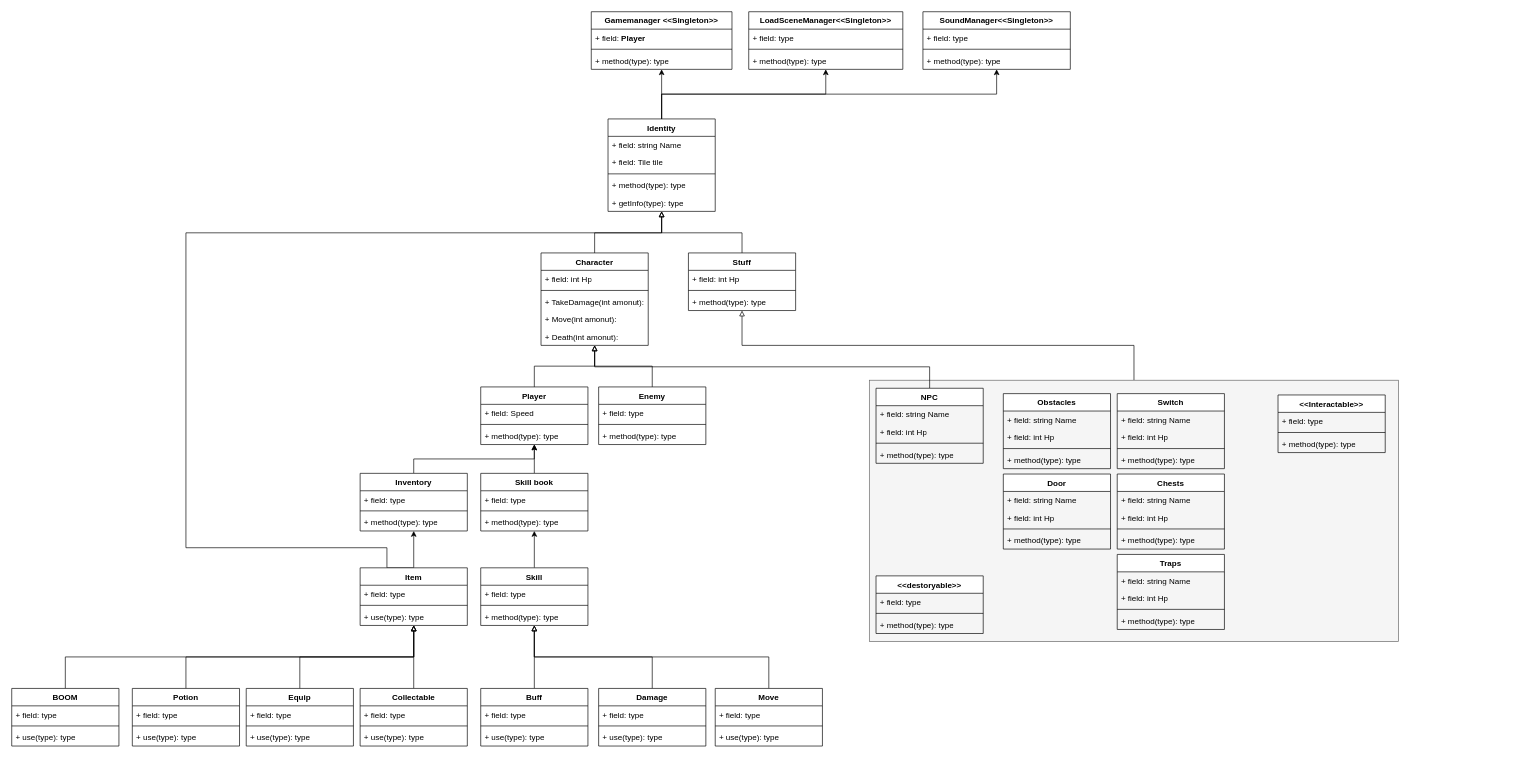
Aeng-Dev-code/Fine-I-Am-OK-....But-you-Are-Doraemon keeps this draw.io diagram as MY RPG Diagram.drawio. Above is the earlier version. Source tidied: cells renumbered, new cells numbered last; positions are measured from the earlier drawing's top-left corner, leaving out a move shared by most shapes. Both pictures are drawn from the tidied source at 67%, with x=0, y=0 at pixel (11, 11).
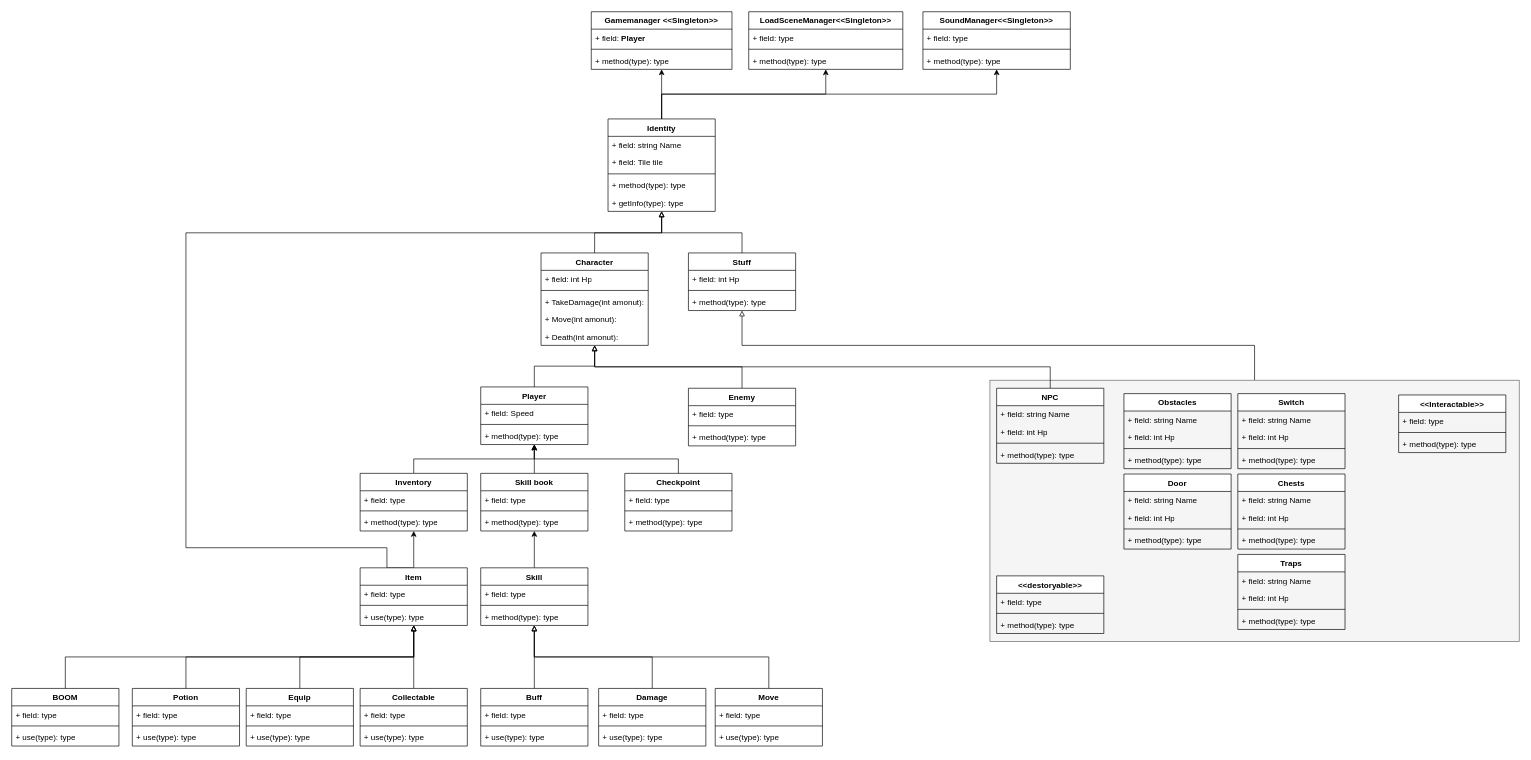
After the change.

Unchanged cells that the change refers to:
```xml
<mxCell id="6" value="+ method(type): type" style="text;strokeColor=none;fillColor=none;align=left;verticalAlign=top;spacingLeft=4;spacingRight=4;overflow=hidden;points=[[0,0.5],[1,0.5]];portConstraint=eastwest;whiteSpace=wrap;html=1;" parent="3" vertex="1">
  <mxGeometry y="60" width="160" height="26" as="geometry" />
</mxCell>
```

Change to the diagram source:
```diff
@@
     <mxCell id="8" value="Enemy" style="swimlane;fontStyle=1;align=center;verticalAlign=top;horizontal=1;startSize=26;whiteSpace=wrap;html=1;" parent="1" vertex="1">
-      <mxGeometry x="876" y="560" width="160" height="86" as="geometry" />
+      <mxGeometry x="1010" y="562" width="160" height="86" as="geometry" />
     </mxCell>
@@
     <mxCell id="53" style="rounded=0;whiteSpace=wrap;html=1;fillColor=#f5f5f5;fontColor=#333333;strokeColor=#666666;" parent="1" vertex="1">
-      <mxGeometry x="1280" y="550" width="790" height="390" as="geometry" />
+      <mxGeometry x="1460" y="550" width="790" height="390" as="geometry" />
     </mxCell>
@@
     <mxCell id="59" value="&amp;lt;&amp;lt;Interactable&amp;gt;&amp;gt;" style="swimlane;fontStyle=1;align=center;verticalAlign=top;horizontal=1;startSize=26;whiteSpace=wrap;html=1;" parent="1" vertex="1">
-      <mxGeometry x="1890" y="572" width="160" height="86" as="geometry" />
+      <mxGeometry x="2070" y="572" width="160" height="86" as="geometry" />
     </mxCell>
@@
     <mxCell id="92" value="Obstacles" style="swimlane;fontStyle=1;align=center;verticalAlign=top;horizontal=1;startSize=26;whiteSpace=wrap;html=1;" parent="1" vertex="1">
-      <mxGeometry x="1480" y="570" width="160" height="112" as="geometry" />
+      <mxGeometry x="1660" y="570" width="160" height="112" as="geometry" />
     </mxCell>
@@
     <mxCell id="107" value="Switch" style="swimlane;fontStyle=1;align=center;verticalAlign=top;horizontal=1;startSize=26;whiteSpace=wrap;html=1;" parent="1" vertex="1">
-      <mxGeometry x="1650" y="570" width="160" height="112" as="geometry" />
+      <mxGeometry x="1830" y="570" width="160" height="112" as="geometry" />
     </mxCell>
@@
     <mxCell id="112" value="Chests" style="swimlane;fontStyle=1;align=center;verticalAlign=top;horizontal=1;startSize=26;whiteSpace=wrap;html=1;" parent="1" vertex="1">
-      <mxGeometry x="1650" y="690" width="160" height="112" as="geometry" />
+      <mxGeometry x="1830" y="690" width="160" height="112" as="geometry" />
     </mxCell>
@@
     <mxCell id="117" value="&amp;lt;&amp;lt;destoryable&amp;gt;&amp;gt;" style="swimlane;fontStyle=1;align=center;verticalAlign=top;horizontal=1;startSize=26;whiteSpace=wrap;html=1;" parent="1" vertex="1">
-      <mxGeometry x="1290" y="842" width="160" height="86" as="geometry" />
+      <mxGeometry x="1470" y="842" width="160" height="86" as="geometry" />
     </mxCell>
@@
     <mxCell id="121" value="Door" style="swimlane;fontStyle=1;align=center;verticalAlign=top;horizontal=1;startSize=26;whiteSpace=wrap;html=1;" parent="1" vertex="1">
-      <mxGeometry x="1480" y="690" width="160" height="112" as="geometry" />
+      <mxGeometry x="1660" y="690" width="160" height="112" as="geometry" />
     </mxCell>
@@
     <mxCell id="127" value="NPC" style="swimlane;fontStyle=1;align=center;verticalAlign=top;horizontal=1;startSize=26;whiteSpace=wrap;html=1;" parent="1" vertex="1">
-      <mxGeometry x="1290" y="562" width="160" height="112" as="geometry" />
+      <mxGeometry x="1470" y="562" width="160" height="112" as="geometry" />
     </mxCell>
@@
     <mxCell id="132" value="Traps" style="swimlane;fontStyle=1;align=center;verticalAlign=top;horizontal=1;startSize=26;whiteSpace=wrap;html=1;" parent="1" vertex="1">
-      <mxGeometry x="1650" y="810" width="160" height="112" as="geometry" />
+      <mxGeometry x="1830" y="810" width="160" height="112" as="geometry" />
     </mxCell>
@@
+    <mxCell id="143" value="Checkpoint" style="swimlane;fontStyle=1;align=center;verticalAlign=top;horizontal=1;startSize=26;whiteSpace=wrap;html=1;" parent="1" vertex="1">
+      <mxGeometry x="915" y="689" width="160" height="86" as="geometry" />
+    </mxCell>
+    <mxCell id="144" value="+ field: type" style="text;strokeColor=none;fillColor=none;align=left;verticalAlign=top;spacingLeft=4;spacingRight=4;overflow=hidden;whiteSpace=wrap;html=1;" parent="143" vertex="1">
+      <mxGeometry y="26" width="160" height="26" as="geometry" />
+    </mxCell>
+    <mxCell id="145" style="line;strokeWidth=1;fillColor=none;align=left;verticalAlign=middle;spacingTop=-1;spacingLeft=3;spacingRight=3;labelPosition=right;strokeColor=inherit;" parent="143" vertex="1">
+      <mxGeometry y="52" width="160" height="8" as="geometry" />
+    </mxCell>
+    <mxCell id="146" value="+ method(type): type" style="text;strokeColor=none;fillColor=none;align=left;verticalAlign=top;spacingLeft=4;spacingRight=4;overflow=hidden;whiteSpace=wrap;html=1;" parent="143" vertex="1">
+      <mxGeometry y="60" width="160" height="26" as="geometry" />
+    </mxCell>
+    <mxCell id="147" style="edgeStyle=orthogonalEdgeStyle;rounded=0;jettySize=auto;html=1;entryX=0.5;entryY=1.011;entryDx=0;entryDy=0;entryPerimeter=0;" parent="1" edge="1" source="143" target="6">
+      <mxGeometry relative="1" as="geometry" />
+    </mxCell>
```
